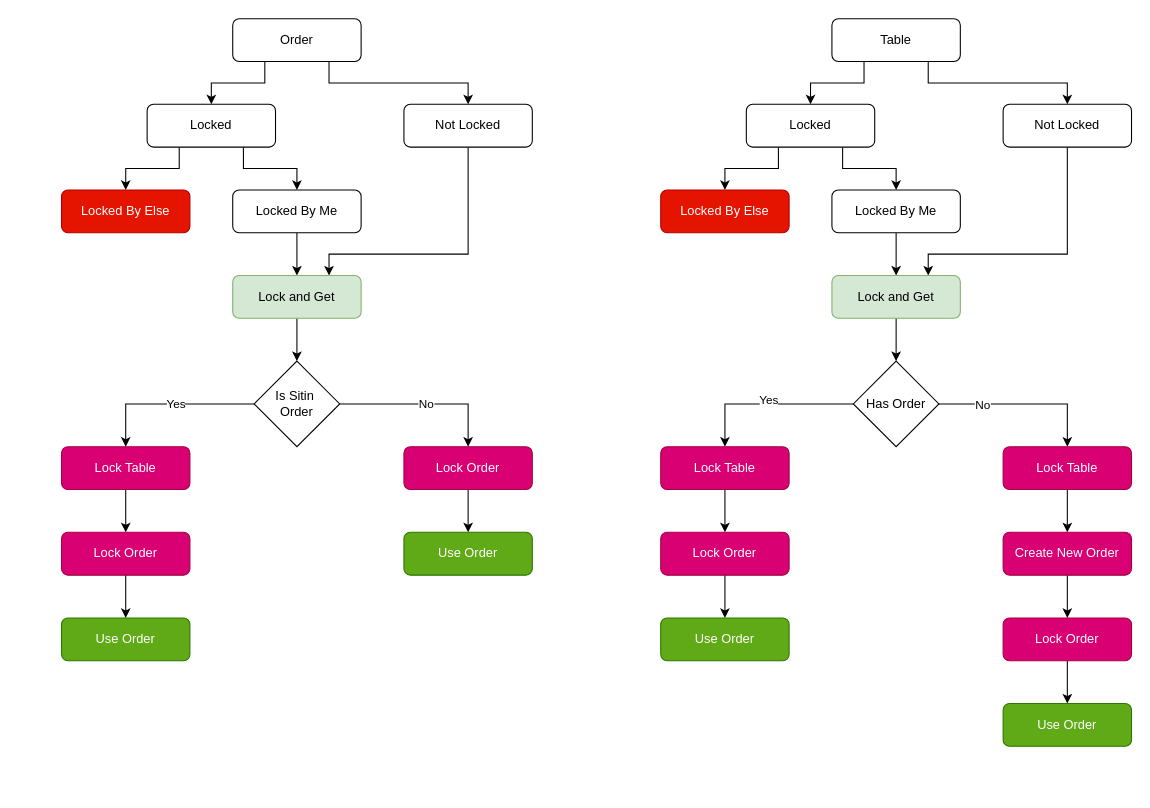
The draw.io diagram Diagrams & Documents/Table and Order Barrow.drawio in servetvural/POS_2026, before the edit. Source tidied: cells renumbered, new cells numbered last; positions are measured from the earlier drawing's top-left corner, leaving out a move shared by most shapes. Both pictures are drawn from the tidied source at 107%, with x=0, y=0 at pixel (61, 18).
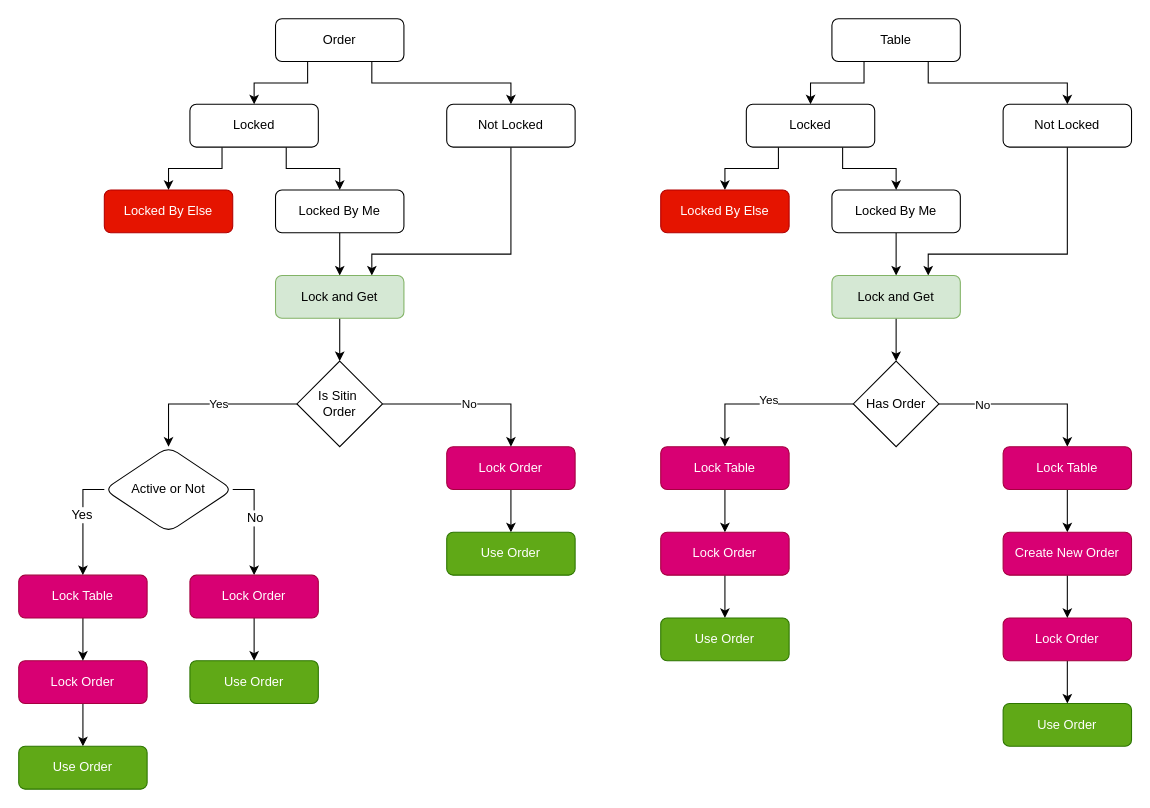
The same page after the edit.

The edit, as a diff of the source:
```diff
@@
     <mxCell id="4" value="Order" style="rounded=1;whiteSpace=wrap;html=1;" parent="1" vertex="1">
-      <mxGeometry x="160" width="120" height="40" as="geometry" />
+      <mxGeometry x="200" width="120" height="40" as="geometry" />
     </mxCell>
@@
     <mxCell id="6" value="Locked By Me" style="rounded=1;whiteSpace=wrap;html=1;" parent="1" vertex="1">
-      <mxGeometry x="160" y="160" width="120" height="40" as="geometry" />
+      <mxGeometry x="200" y="160" width="120" height="40" as="geometry" />
     </mxCell>
@@
     <mxCell id="9" value="Locked" style="rounded=1;whiteSpace=wrap;html=1;" parent="1" vertex="1">
-      <mxGeometry x="80" y="80" width="120" height="40" as="geometry" />
+      <mxGeometry x="120" y="80" width="120" height="40" as="geometry" />
     </mxCell>
     <mxCell id="10" style="edgeStyle=orthogonalEdgeStyle;rounded=0;jettySize=auto;html=1;exitX=0.5;exitY=1;exitDx=0;exitDy=0;entryX=0.75;entryY=0;entryDx=0;entryDy=0;" parent="1" edge="1" source="11" target="15">
       <mxGeometry relative="1" as="geometry">
         <Array as="points">
-          <mxPoint x="380" y="220" />
-          <mxPoint x="250" y="220" />
+          <mxPoint x="420" y="220" />
+          <mxPoint x="290" y="220" />
         </Array>
       </mxGeometry>
     </mxCell>
     <mxCell id="11" value="Not Locked" style="rounded=1;whiteSpace=wrap;html=1;" parent="1" vertex="1">
-      <mxGeometry x="320" y="80" width="120" height="40" as="geometry" />
+      <mxGeometry x="360" y="80" width="120" height="40" as="geometry" />
     </mxCell>
@@
     <mxCell id="15" value="Lock and Get" style="rounded=1;whiteSpace=wrap;html=1;fillColor=#d5e8d4;strokeColor=#82b366;" parent="1" vertex="1">
-      <mxGeometry x="160" y="240" width="120" height="40" as="geometry" />
+      <mxGeometry x="200" y="240" width="120" height="40" as="geometry" />
     </mxCell>
     <mxCell id="16" value="Locked By Else" style="rounded=1;whiteSpace=wrap;html=1;fillColor=#e51400;strokeColor=#B20000;fontColor=#ffffff;" parent="1" vertex="1">
-      <mxGeometry y="160" width="120" height="40" as="geometry" />
+      <mxGeometry x="40" y="160" width="120" height="40" as="geometry" />
     </mxCell>
@@
     <mxCell id="24" value="Lock Order" style="rounded=1;whiteSpace=wrap;html=1;fillColor=#d80073;fontColor=#ffffff;strokeColor=#A50040;" parent="1" vertex="1">
-      <mxGeometry y="480" width="120" height="40" as="geometry" />
+      <mxGeometry x="-40" y="600" width="120" height="40" as="geometry" />
     </mxCell>
@@
     <mxCell id="26" value="Lock Order" style="rounded=1;whiteSpace=wrap;html=1;fillColor=#d80073;fontColor=#ffffff;strokeColor=#A50040;" parent="1" vertex="1">
-      <mxGeometry x="320" y="400" width="120" height="40" as="geometry" />
+      <mxGeometry x="360" y="400" width="120" height="40" as="geometry" />
     </mxCell>
@@
     <mxCell id="28" value="Lock Table" style="rounded=1;whiteSpace=wrap;html=1;fillColor=#d80073;fontColor=#ffffff;strokeColor=#A50040;" parent="1" vertex="1">
-      <mxGeometry y="400" width="120" height="40" as="geometry" />
+      <mxGeometry x="-40" y="520" width="120" height="40" as="geometry" />
     </mxCell>
     <mxCell id="29" value="Use Order" style="rounded=1;whiteSpace=wrap;html=1;fillColor=#60a917;fontColor=#ffffff;strokeColor=#2D7600;" parent="1" vertex="1">
-      <mxGeometry y="560" width="120" height="40" as="geometry" />
+      <mxGeometry x="-40" y="680" width="120" height="40" as="geometry" />
     </mxCell>
@@
-    <mxCell id="33" style="edgeStyle=orthogonalEdgeStyle;rounded=0;jettySize=auto;html=1;exitX=0;exitY=0.5;exitDx=0;exitDy=0;entryX=0.5;entryY=0;entryDx=0;entryDy=0;" parent="1" edge="1" source="37" target="28">
+    <mxCell id="33" style="edgeStyle=orthogonalEdgeStyle;rounded=0;jettySize=auto;html=1;exitX=0;exitY=0.5;exitDx=0;exitDy=0;entryX=0.5;entryY=0;entryDx=0;entryDy=0;" parent="1" edge="1" source="37" target="62">
       <mxGeometry relative="1" as="geometry" />
     </mxCell>
@@
     <mxCell id="37" value="Is Sitin&amp;nbsp;&lt;div&gt;Order&lt;/div&gt;" style="rhombus;whiteSpace=wrap;html=1;" parent="1" vertex="1">
-      <mxGeometry x="180" y="320" width="80" height="80" as="geometry" />
+      <mxGeometry x="220" y="320" width="80" height="80" as="geometry" />
     </mxCell>
@@
     <mxCell id="43" value="Use Order" style="rounded=1;whiteSpace=wrap;html=1;fillColor=#60a917;fontColor=#ffffff;strokeColor=#2D7600;" parent="1" vertex="1">
-      <mxGeometry x="320" y="480" width="120" height="40" as="geometry" />
+      <mxGeometry x="360" y="480" width="120" height="40" as="geometry" />
     </mxCell>
@@
+    <mxCell id="58" style="edgeStyle=orthogonalEdgeStyle;rounded=0;jettySize=auto;html=1;exitX=0;exitY=0.5;exitDx=0;exitDy=0;entryX=0.5;entryY=0;entryDx=0;entryDy=0;fontFamily=Helvetica;fontSize=12;fontColor=default;" parent="1" edge="1" source="62" target="28">
+      <mxGeometry relative="1" as="geometry" />
+    </mxCell>
+    <mxCell id="59" value="Yes" style="edgeLabel;html=1;align=center;verticalAlign=middle;rounded=1;strokeColor=default;fontFamily=Helvetica;fontSize=12;fontColor=default;fillColor=default;" parent="58" vertex="1">
+      <mxGeometry x="-0.15" y="-2" relative="1" as="geometry" />
+    </mxCell>
+    <mxCell id="60" style="edgeStyle=orthogonalEdgeStyle;rounded=0;jettySize=auto;html=1;exitX=1;exitY=0.5;exitDx=0;exitDy=0;entryX=0.5;entryY=0;entryDx=0;entryDy=0;fontFamily=Helvetica;fontSize=12;fontColor=default;" parent="1" edge="1" source="62" target="64">
+      <mxGeometry relative="1" as="geometry" />
+    </mxCell>
+    <mxCell id="61" value="No" style="edgeLabel;html=1;align=center;verticalAlign=middle;rounded=1;strokeColor=default;fontFamily=Helvetica;fontSize=12;fontColor=default;fillColor=default;" parent="60" vertex="1">
+      <mxGeometry x="-0.08" relative="1" as="geometry" />
+    </mxCell>
+    <mxCell id="62" value="Active or Not" style="rhombus;whiteSpace=wrap;html=1;rounded=1;strokeColor=default;align=center;verticalAlign=middle;fontFamily=Helvetica;fontSize=12;fontColor=default;fillColor=default;" parent="1" vertex="1">
+      <mxGeometry x="40" y="400" width="120" height="80" as="geometry" />
+    </mxCell>
+    <mxCell id="63" style="edgeStyle=orthogonalEdgeStyle;rounded=0;jettySize=auto;html=1;exitX=0.5;exitY=1;exitDx=0;exitDy=0;entryX=0.5;entryY=0;entryDx=0;entryDy=0;" parent="1" edge="1" source="64" target="65">
+      <mxGeometry relative="1" as="geometry" />
+    </mxCell>
+    <mxCell id="64" value="Lock Order" style="rounded=1;whiteSpace=wrap;html=1;fillColor=#d80073;fontColor=#ffffff;strokeColor=#A50040;" parent="1" vertex="1">
+      <mxGeometry x="120" y="520" width="120" height="40" as="geometry" />
+    </mxCell>
+    <mxCell id="65" value="Use Order" style="rounded=1;whiteSpace=wrap;html=1;fillColor=#60a917;fontColor=#ffffff;strokeColor=#2D7600;" parent="1" vertex="1">
+      <mxGeometry x="120" y="600" width="120" height="40" as="geometry" />
+    </mxCell>
```
